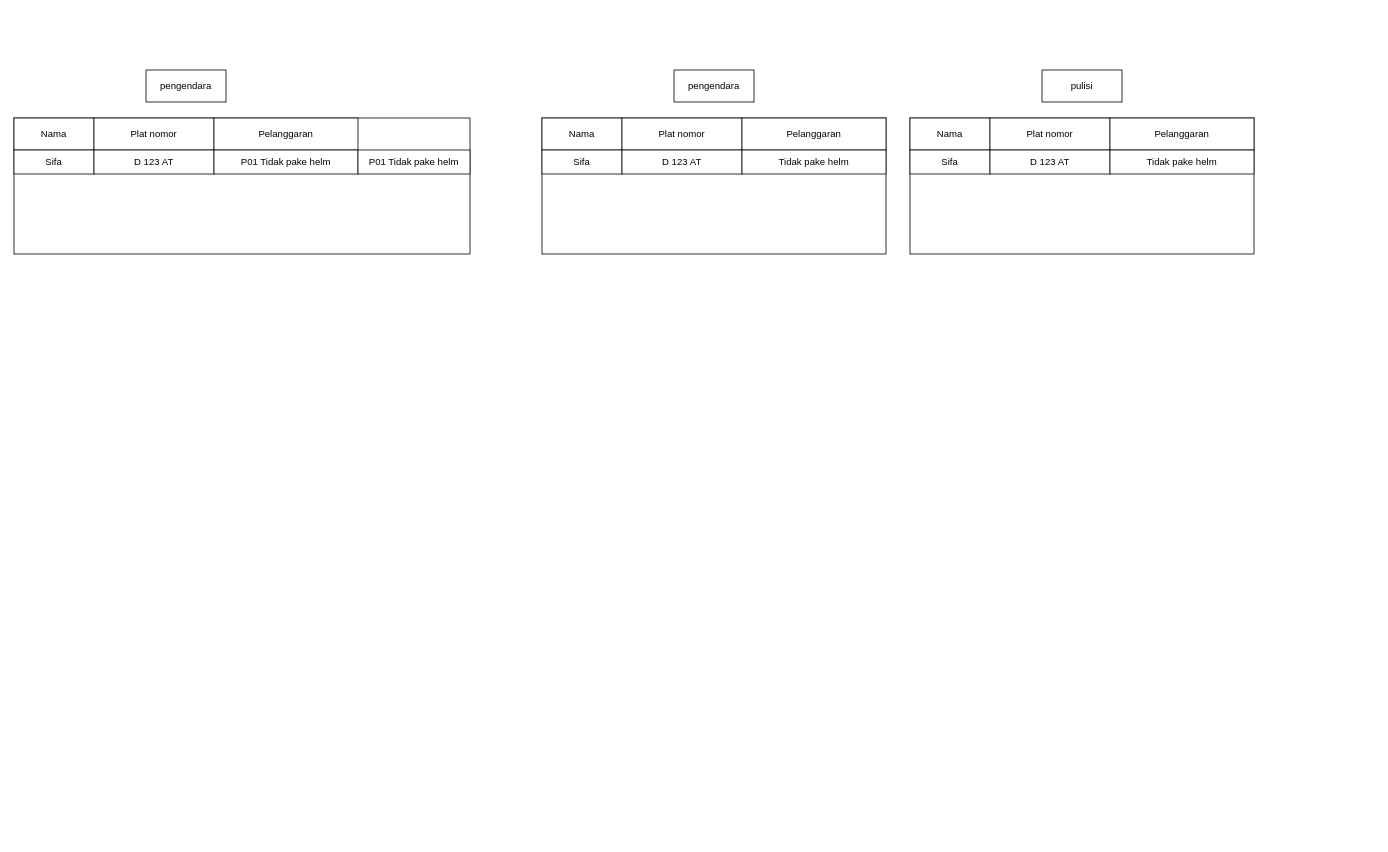
aru-ga/skills-introduction-to-github keeps this draw.io diagram as Untitled Diagram.drawio. Above is the earlier version. Source tidied: cells renumbered, new cells numbered last; positions are measured from the earlier drawing's top-left corner, leaving out a move shared by most shapes. Both pictures are drawn from the tidied source at 80%, with x=0, y=0 at pixel (14, 70).
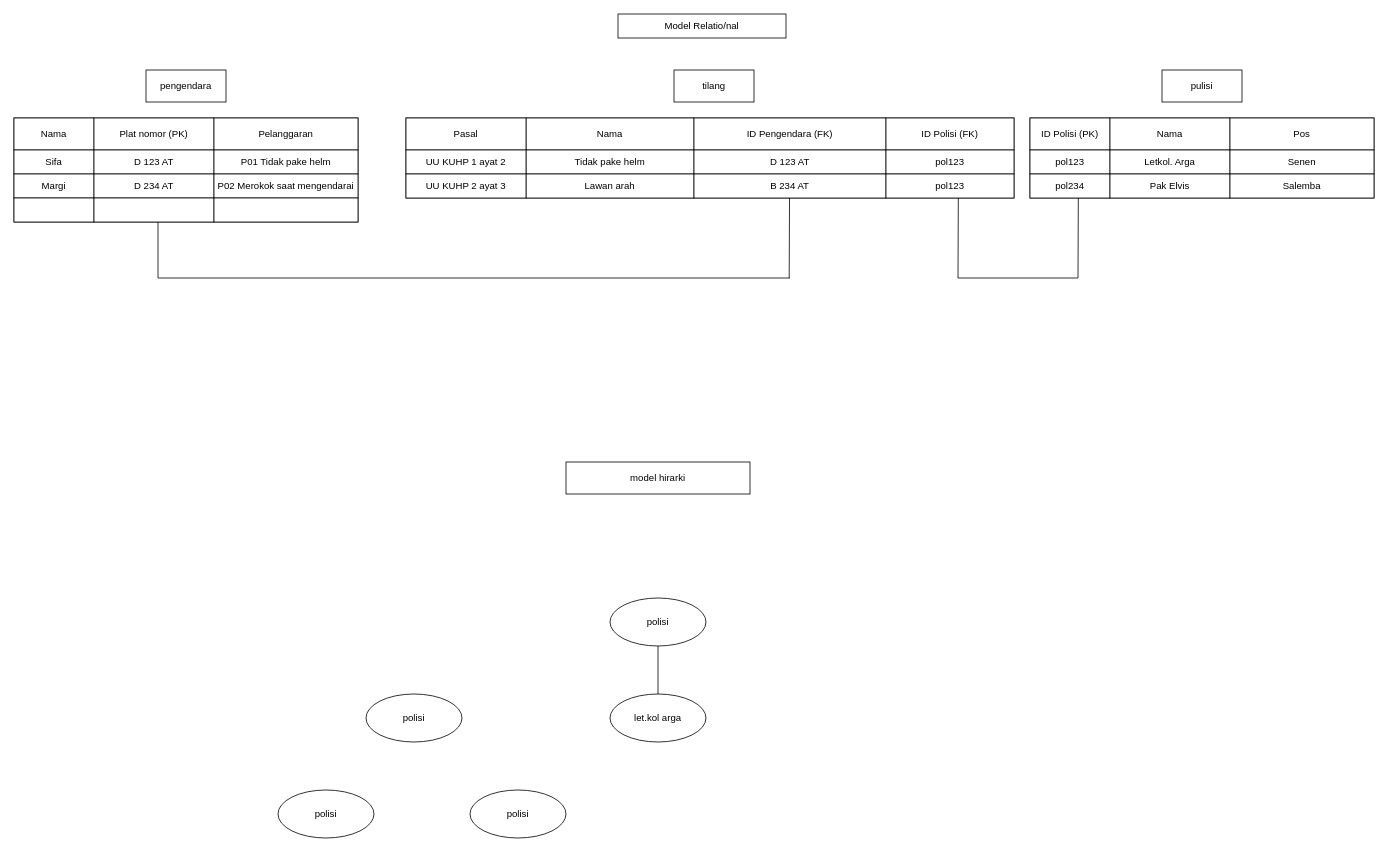
The same diagram, later.

What changed in the source:
```diff
@@
     <mxCell id="2" style="rounded=0;whiteSpace=wrap;html=1;" parent="1" vertex="1">
-      <mxGeometry x="660" y="60" width="430" height="170" as="geometry" />
+      <mxGeometry x="490" y="60" width="760" height="100" as="geometry" />
     </mxCell>
-    <mxCell id="3" value="pengendara" style="rounded=0;whiteSpace=wrap;html=1;" parent="1" vertex="1">
+    <mxCell id="3" value="tilang" style="rounded=0;whiteSpace=wrap;html=1;" parent="1" vertex="1">
       <mxGeometry x="825" width="100" height="40" as="geometry" />
     </mxCell>
     <mxCell id="4" value="Nama" style="rounded=0;whiteSpace=wrap;html=1;" parent="1" vertex="1">
-      <mxGeometry x="660" y="60" width="100" height="40" as="geometry" />
+      <mxGeometry x="640" y="60" width="210" height="40" as="geometry" />
     </mxCell>
-    <mxCell id="5" value="Plat nomor" style="rounded=0;whiteSpace=wrap;html=1;" parent="1" vertex="1">
-      <mxGeometry x="760" y="60" width="150" height="40" as="geometry" />
+    <mxCell id="5" value="Pasal" style="rounded=0;whiteSpace=wrap;html=1;" parent="1" vertex="1">
+      <mxGeometry x="490" y="60" width="150" height="40" as="geometry" />
     </mxCell>
-    <mxCell id="6" value="Pelanggaran" style="rounded=0;whiteSpace=wrap;html=1;" parent="1" vertex="1">
-      <mxGeometry x="910" y="60" width="180" height="40" as="geometry" />
+    <mxCell id="6" value="ID Pengendara (FK)" style="rounded=0;whiteSpace=wrap;html=1;" parent="1" vertex="1">
+      <mxGeometry x="850" y="60" width="240" height="40" as="geometry" />
     </mxCell>
-    <mxCell id="7" value="Sifa" style="rounded=0;whiteSpace=wrap;html=1;" parent="1" vertex="1">
-      <mxGeometry x="660" y="100" width="100" height="30" as="geometry" />
+    <mxCell id="7" value="Tidak pake helm" style="rounded=0;whiteSpace=wrap;html=1;" parent="1" vertex="1">
+      <mxGeometry x="640" y="100" width="210" height="30" as="geometry" />
     </mxCell>
-    <mxCell id="8" value="D 123 AT" style="rounded=0;whiteSpace=wrap;html=1;" parent="1" vertex="1">
-      <mxGeometry x="760" y="100" width="150" height="30" as="geometry" />
+    <mxCell id="8" value="UU KUHP 1 ayat 2" style="rounded=0;whiteSpace=wrap;html=1;" parent="1" vertex="1">
+      <mxGeometry x="490" y="100" width="150" height="30" as="geometry" />
     </mxCell>
-    <mxCell id="9" value="Tidak pake helm" style="rounded=0;whiteSpace=wrap;html=1;" parent="1" vertex="1">
-      <mxGeometry x="910" y="100" width="180" height="30" as="geometry" />
+    <mxCell id="9" value="D 123 AT" style="rounded=0;whiteSpace=wrap;html=1;" parent="1" vertex="1">
+      <mxGeometry x="850" y="100" width="240" height="30" as="geometry" />
     </mxCell>
     <mxCell id="10" style="rounded=0;whiteSpace=wrap;html=1;" parent="1" vertex="1">
-      <mxGeometry y="60" width="570" height="170" as="geometry" />
+      <mxGeometry y="60" width="430" height="130" as="geometry" />
     </mxCell>
@@
-    <mxCell id="13" value="Plat nomor" style="rounded=0;whiteSpace=wrap;html=1;" parent="1" vertex="1">
+    <mxCell id="13" value="Plat nomor (PK)" style="rounded=0;whiteSpace=wrap;html=1;" parent="1" vertex="1">
       <mxGeometry x="100" y="60" width="150" height="40" as="geometry" />
     </mxCell>
@@
     <mxCell id="18" style="rounded=0;whiteSpace=wrap;html=1;" parent="1" vertex="1">
-      <mxGeometry x="1120" y="60" width="430" height="170" as="geometry" />
+      <mxGeometry x="1270" y="60" width="430" height="100" as="geometry" />
     </mxCell>
     <mxCell id="19" value="pulisi" style="rounded=0;whiteSpace=wrap;html=1;" parent="1" vertex="1">
-      <mxGeometry x="1285" width="100" height="40" as="geometry" />
+      <mxGeometry x="1435" width="100" height="40" as="geometry" />
     </mxCell>
-    <mxCell id="20" value="Nama" style="rounded=0;whiteSpace=wrap;html=1;" parent="1" vertex="1">
-      <mxGeometry x="1120" y="60" width="100" height="40" as="geometry" />
+    <mxCell id="20" value="ID Polisi (PK)" style="rounded=0;whiteSpace=wrap;html=1;" parent="1" vertex="1">
+      <mxGeometry x="1270" y="60" width="100" height="40" as="geometry" />
     </mxCell>
-    <mxCell id="21" value="Plat nomor" style="rounded=0;whiteSpace=wrap;html=1;" parent="1" vertex="1">
-      <mxGeometry x="1220" y="60" width="150" height="40" as="geometry" />
+    <mxCell id="21" value="Nama" style="rounded=0;whiteSpace=wrap;html=1;" parent="1" vertex="1">
+      <mxGeometry x="1370" y="60" width="150" height="40" as="geometry" />
     </mxCell>
-    <mxCell id="22" value="Pelanggaran" style="rounded=0;whiteSpace=wrap;html=1;" parent="1" vertex="1">
-      <mxGeometry x="1370" y="60" width="180" height="40" as="geometry" />
+    <mxCell id="22" value="Pos" style="rounded=0;whiteSpace=wrap;html=1;" parent="1" vertex="1">
+      <mxGeometry x="1520" y="60" width="180" height="40" as="geometry" />
     </mxCell>
-    <mxCell id="23" value="Sifa" style="rounded=0;whiteSpace=wrap;html=1;" parent="1" vertex="1">
-      <mxGeometry x="1120" y="100" width="100" height="30" as="geometry" />
+    <mxCell id="23" value="pol123" style="rounded=0;whiteSpace=wrap;html=1;" parent="1" vertex="1">
+      <mxGeometry x="1270" y="100" width="100" height="30" as="geometry" />
     </mxCell>
-    <mxCell id="24" value="D 123 AT" style="rounded=0;whiteSpace=wrap;html=1;" parent="1" vertex="1">
-      <mxGeometry x="1220" y="100" width="150" height="30" as="geometry" />
+    <mxCell id="24" value="Letkol. Arga" style="rounded=0;whiteSpace=wrap;html=1;" parent="1" vertex="1">
+      <mxGeometry x="1370" y="100" width="150" height="30" as="geometry" />
     </mxCell>
-    <mxCell id="25" value="Tidak pake helm" style="rounded=0;whiteSpace=wrap;html=1;" parent="1" vertex="1">
-      <mxGeometry x="1370" y="100" width="180" height="30" as="geometry" />
+    <mxCell id="25" value="Senen" style="rounded=0;whiteSpace=wrap;html=1;" parent="1" vertex="1">
+      <mxGeometry x="1520" y="100" width="180" height="30" as="geometry" />
     </mxCell>
-    <mxCell id="26" value="P01 Tidak pake helm" style="rounded=0;whiteSpace=wrap;html=1;" parent="1" vertex="1">
-      <mxGeometry x="430" y="100" width="140" height="30" as="geometry" />
-    </mxCell>
+    <mxCell id="27" value="Lawan arah" style="rounded=0;whiteSpace=wrap;html=1;" parent="1" vertex="1">
+      <mxGeometry x="640" y="130" width="210" height="30" as="geometry" />
+    </mxCell>
+    <mxCell id="28" value="UU KUHP 2 ayat 3" style="rounded=0;whiteSpace=wrap;html=1;" parent="1" vertex="1">
+      <mxGeometry x="490" y="130" width="150" height="30" as="geometry" />
+    </mxCell>
+    <mxCell id="29" value="ID Polisi (FK)" style="rounded=0;whiteSpace=wrap;html=1;" parent="1" vertex="1">
+      <mxGeometry x="1090" y="60" width="160" height="40" as="geometry" />
+    </mxCell>
+    <mxCell id="30" value="pol123" style="rounded=0;whiteSpace=wrap;html=1;" parent="1" vertex="1">
+      <mxGeometry x="1090" y="100" width="160" height="30" as="geometry" />
+    </mxCell>
+    <mxCell id="31" value="B 234 AT" style="rounded=0;whiteSpace=wrap;html=1;" parent="1" vertex="1">
+      <mxGeometry x="850" y="130" width="240" height="30" as="geometry" />
+    </mxCell>
+    <mxCell id="32" value="Margi" style="rounded=0;whiteSpace=wrap;html=1;" parent="1" vertex="1">
+      <mxGeometry y="130" width="100" height="30" as="geometry" />
+    </mxCell>
+    <mxCell id="33" value="D 234 AT" style="rounded=0;whiteSpace=wrap;html=1;" parent="1" vertex="1">
+      <mxGeometry x="100" y="130" width="150" height="30" as="geometry" />
+    </mxCell>
+    <mxCell id="34" value="P02 Merokok saat mengendarai" style="rounded=0;whiteSpace=wrap;html=1;" parent="1" vertex="1">
+      <mxGeometry x="250" y="130" width="180" height="30" as="geometry" />
+    </mxCell>
+    <mxCell id="35" value="pol123" style="rounded=0;whiteSpace=wrap;html=1;" parent="1" vertex="1">
+      <mxGeometry x="1090" y="130" width="160" height="30" as="geometry" />
+    </mxCell>
+    <mxCell id="36" value="Model Relatio/nal" style="rounded=0;whiteSpace=wrap;html=1;" parent="1" vertex="1">
+      <mxGeometry x="755" y="-70" width="210" height="30" as="geometry" />
+    </mxCell>
+    <mxCell id="37" value="pol234" style="rounded=0;whiteSpace=wrap;html=1;" parent="1" vertex="1">
+      <mxGeometry x="1270" y="130" width="100" height="30" as="geometry" />
+    </mxCell>
+    <mxCell id="38" value="Pak Elvis" style="rounded=0;whiteSpace=wrap;html=1;" parent="1" vertex="1">
+      <mxGeometry x="1370" y="130" width="150" height="30" as="geometry" />
+    </mxCell>
+    <mxCell id="39" value="Salemba" style="rounded=0;whiteSpace=wrap;html=1;" parent="1" vertex="1">
+      <mxGeometry x="1520" y="130" width="180" height="30" as="geometry" />
+    </mxCell>
+    <mxCell id="40" style="rounded=0;whiteSpace=wrap;html=1;" parent="1" vertex="1">
+      <mxGeometry y="160" width="100" height="30" as="geometry" />
+    </mxCell>
+    <mxCell id="41" style="rounded=0;whiteSpace=wrap;html=1;" parent="1" vertex="1">
+      <mxGeometry x="100" y="160" width="150" height="30" as="geometry" />
+    </mxCell>
+    <mxCell id="42" style="rounded=0;whiteSpace=wrap;html=1;" parent="1" vertex="1">
+      <mxGeometry x="250" y="160" width="180" height="30" as="geometry" />
+    </mxCell>
+    <mxCell id="43" style="endArrow=none;html=1;rounded=0;" parent="1" edge="1">
+      <mxGeometry relative="1" as="geometry">
+        <mxPoint x="180" y="260" as="sourcePoint" />
+        <mxPoint x="180" y="190" as="targetPoint" />
+      </mxGeometry>
+    </mxCell>
+    <mxCell id="44" style="endArrow=none;html=1;rounded=0;" parent="1" edge="1">
+      <mxGeometry relative="1" as="geometry">
+        <mxPoint x="180" y="260" as="sourcePoint" />
+        <mxPoint x="970" y="260" as="targetPoint" />
+      </mxGeometry>
+    </mxCell>
+    <mxCell id="45" style="endArrow=none;html=1;rounded=0;" parent="1" edge="1">
+      <mxGeometry relative="1" as="geometry">
+        <mxPoint x="969" y="260" as="sourcePoint" />
+        <mxPoint x="969.4" y="160" as="targetPoint" />
+      </mxGeometry>
+    </mxCell>
+    <mxCell id="46" style="endArrow=none;html=1;rounded=0;" parent="1" edge="1">
+      <mxGeometry relative="1" as="geometry">
+        <mxPoint x="1330" y="260" as="sourcePoint" />
+        <mxPoint x="1330.4" y="160" as="targetPoint" />
+      </mxGeometry>
+    </mxCell>
+    <mxCell id="47" style="endArrow=none;html=1;rounded=0;" parent="1" edge="1">
+      <mxGeometry relative="1" as="geometry">
+        <mxPoint x="1180" y="260" as="sourcePoint" />
+        <mxPoint x="1180.4" y="160" as="targetPoint" />
+      </mxGeometry>
+    </mxCell>
+    <mxCell id="48" style="endArrow=none;html=1;rounded=0;" parent="1" edge="1">
+      <mxGeometry relative="1" as="geometry">
+        <mxPoint x="1180" y="260" as="sourcePoint" />
+        <mxPoint x="1330" y="260" as="targetPoint" />
+      </mxGeometry>
+    </mxCell>
+    <mxCell id="49" value="model hirarki" style="rounded=0;whiteSpace=wrap;html=1;" parent="1" vertex="1">
+      <mxGeometry x="690" y="490" width="230" height="40" as="geometry" />
+    </mxCell>
+    <mxCell id="50" value="polisi" style="ellipse;whiteSpace=wrap;html=1;" parent="1" vertex="1">
+      <mxGeometry x="745" y="660" width="120" height="60" as="geometry" />
+    </mxCell>
+    <mxCell id="51" value="let.kol arga" style="ellipse;whiteSpace=wrap;html=1;" parent="1" vertex="1">
+      <mxGeometry x="745" y="780" width="120" height="60" as="geometry" />
+    </mxCell>
+    <mxCell id="52" value="polisi" style="ellipse;whiteSpace=wrap;html=1;" parent="1" vertex="1">
+      <mxGeometry x="440" y="780" width="120" height="60" as="geometry" />
+    </mxCell>
+    <mxCell id="53" value="polisi" style="ellipse;whiteSpace=wrap;html=1;" parent="1" vertex="1">
+      <mxGeometry x="570" y="900" width="120" height="60" as="geometry" />
+    </mxCell>
+    <mxCell id="54" value="polisi" style="ellipse;whiteSpace=wrap;html=1;" parent="1" vertex="1">
+      <mxGeometry x="330" y="900" width="120" height="60" as="geometry" />
+    </mxCell>
+    <mxCell id="55" style="endArrow=none;html=1;rounded=0;entryX=0.5;entryY=1;entryDx=0;entryDy=0;exitX=0.5;exitY=0;exitDx=0;exitDy=0;" parent="1" edge="1" source="51" target="50">
+      <mxGeometry relative="1" as="geometry" />
+    </mxCell>
```
